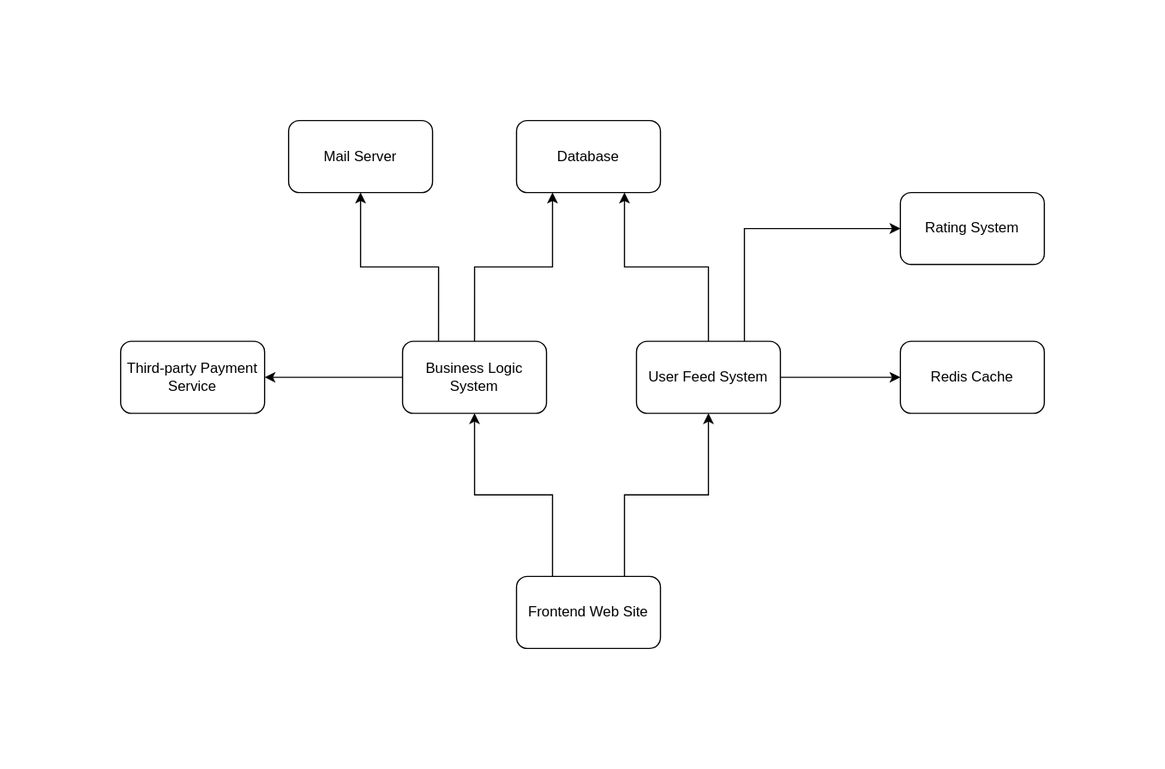
Above: img/component-diagram.svg in cloudbruh/startfun (draw.io), before the change. Source tidied: cells renumbered, new cells last; positions are measured from the earlier drawing's top-left corner, leaving out a move shared by most shapes.
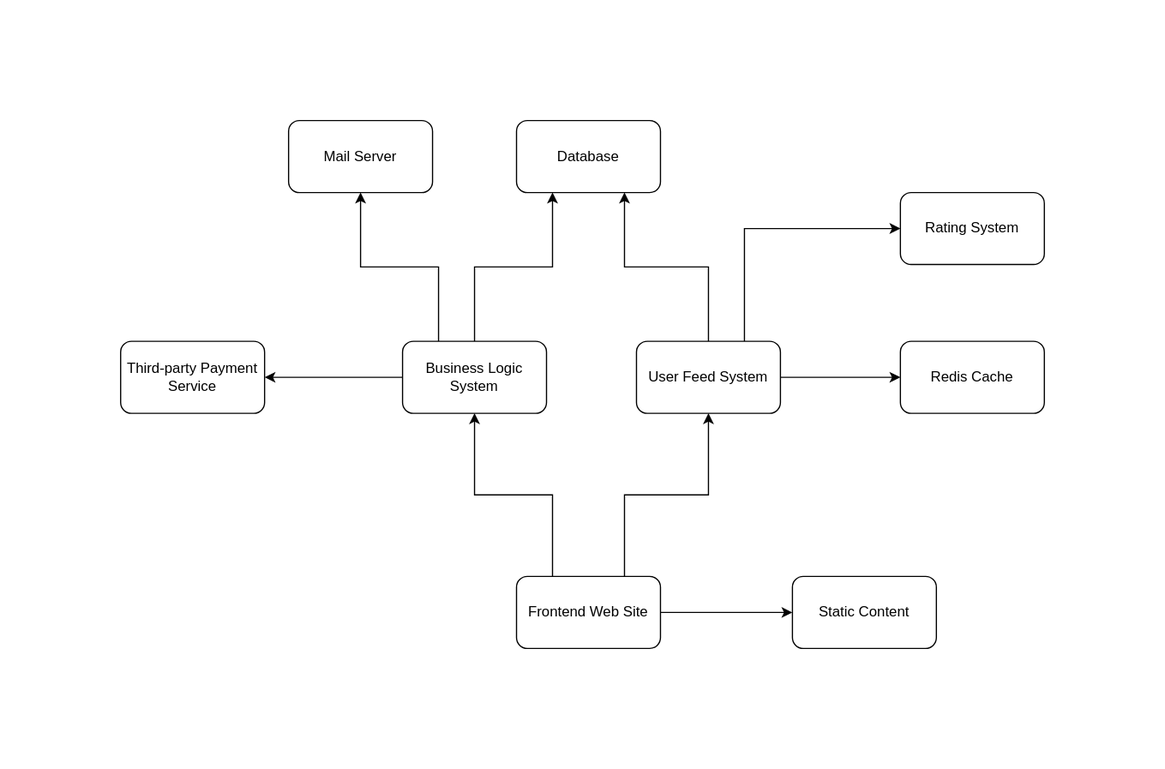
After the commit.

What changed in the source:
```diff
@@ -38,6 +38,9 @@
     <mxCell id="13" style="edgeStyle=orthogonalEdgeStyle;rounded=0;jettySize=auto;html=1;exitX=0.75;exitY=0;exitDx=0;exitDy=0;" parent="1" edge="1" source="14" target="9">
       <mxGeometry relative="1" as="geometry" />
     </mxCell>
+    <mxCell id="18" style="edgeStyle=orthogonalEdgeStyle;rounded=0;jettySize=auto;html=1;" parent="1" edge="1" source="14" target="19">
+      <mxGeometry relative="1" as="geometry" />
+    </mxCell>
     <mxCell id="14" value="Frontend Web Site" style="rounded=1;whiteSpace=wrap;html=1;" parent="1" vertex="1">
       <mxGeometry x="330" y="380" width="120" height="60" as="geometry" />
     </mxCell>
@@ -50,5 +53,8 @@
     <mxCell id="17" value="Rating System" style="rounded=1;whiteSpace=wrap;html=1;" parent="1" vertex="1">
       <mxGeometry x="650" y="60" width="120" height="60" as="geometry" />
     </mxCell>
+    <mxCell id="19" value="Static Content" style="rounded=1;whiteSpace=wrap;html=1;" parent="1" vertex="1">
+      <mxGeometry x="560" y="380" width="120" height="60" as="geometry" />
+    </mxCell>
   </root>
 </mxGraphModel>
```
